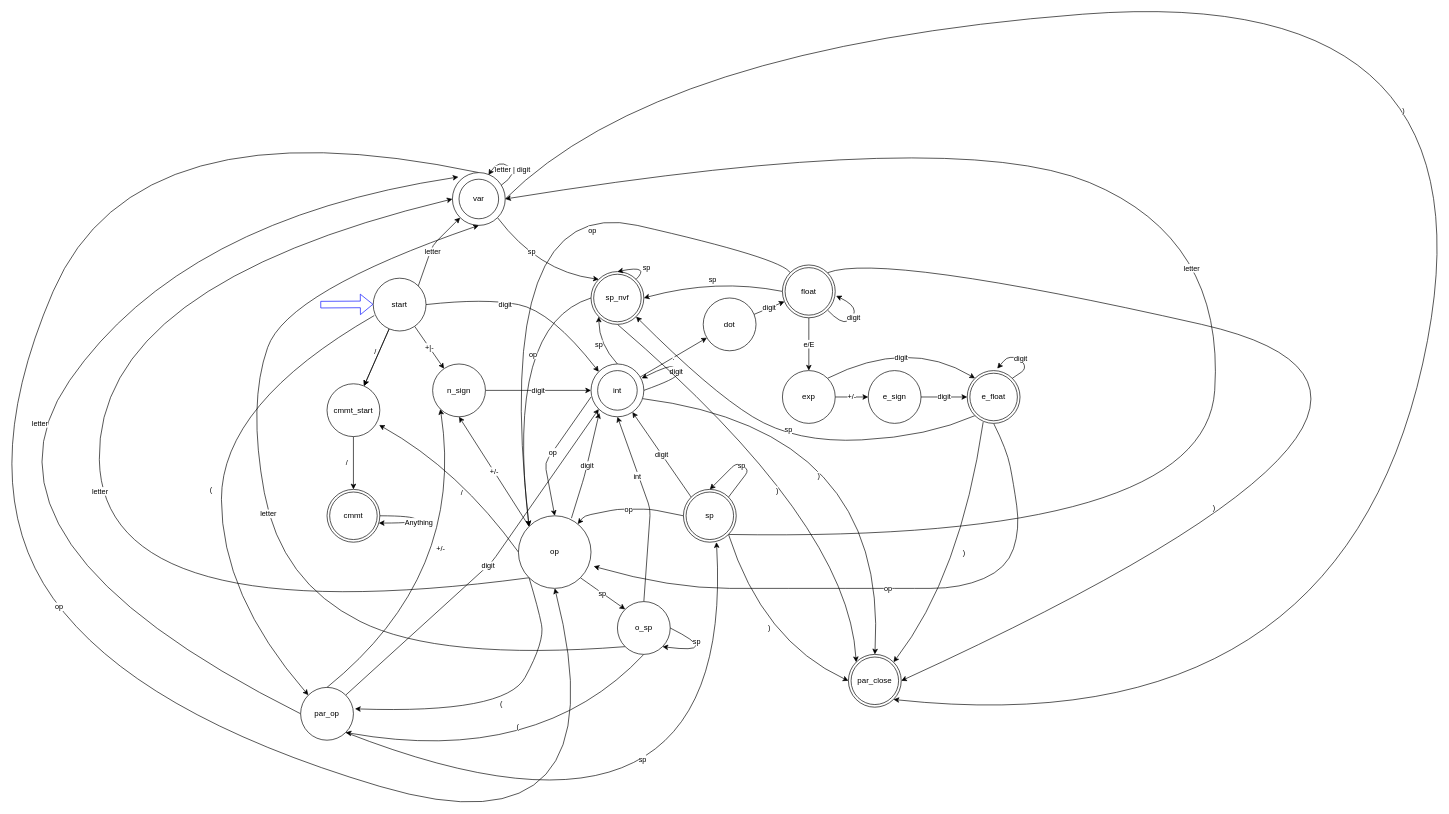
This is actividad_dfa/ejercicio.drawio from Chava27/TC2037_Implementacion_Metodos_Computacionales, a draw.io file, before an edit. Source tidied: cells renumbered, new cells numbered last; positions are measured from the earlier drawing's top-left corner, leaving out a move shared by most shapes. Both pictures are drawn from the tidied source at 66%, with x=0, y=0 at pixel (-43, -19).
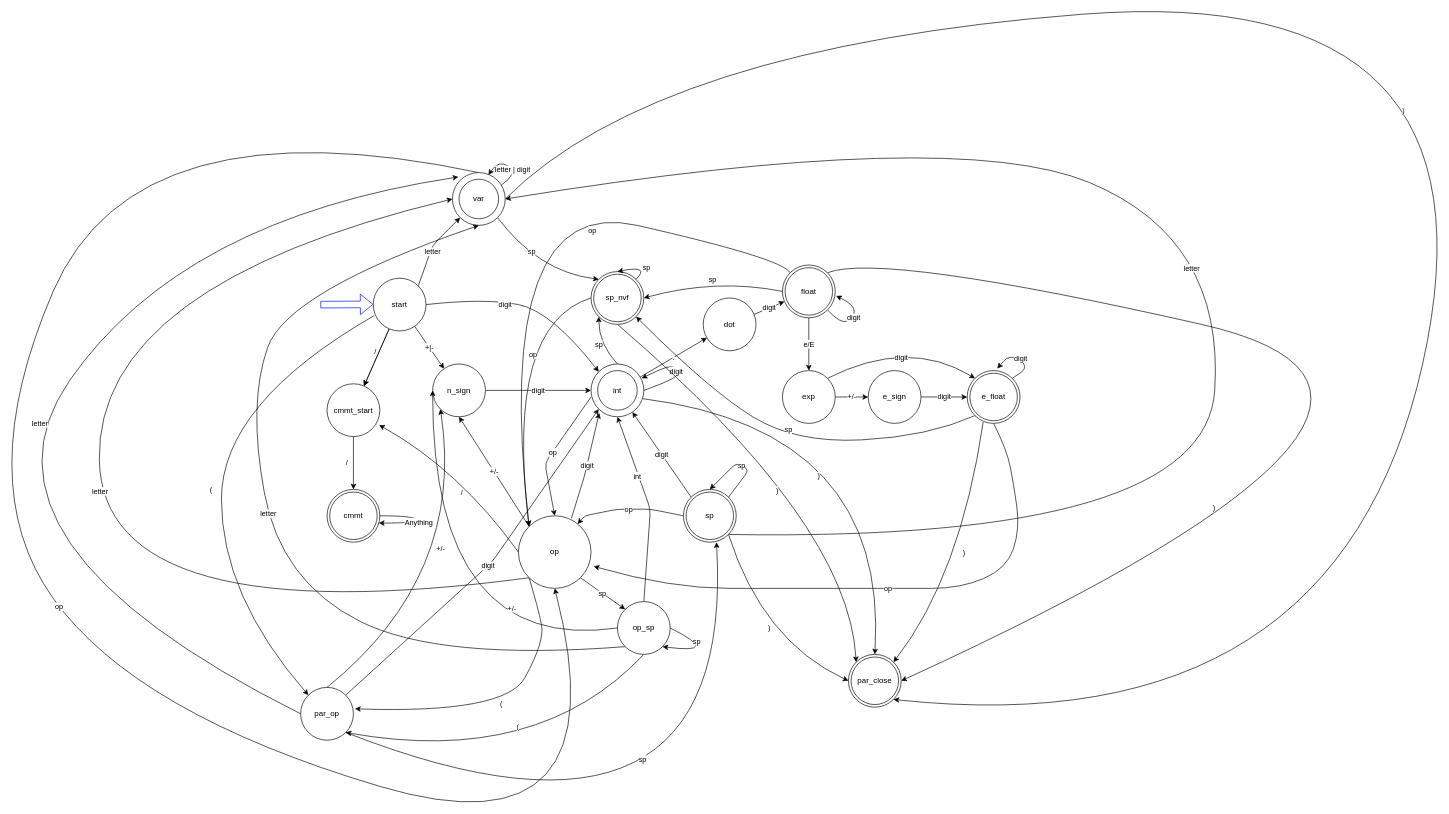
After the change.

The change refers to these unchanged cells:
```xml
<mxCell id="39" value="n_sign" style="ellipse;whiteSpace=wrap;html=1;" parent="1" vertex="1">
  <mxGeometry x="720" y="580" width="80" height="80" as="geometry" />
</mxCell>
```

The edit, as a diff of the source:
```diff
@@
+    <mxCell id="79" value="+/-" style="edgeStyle=none;curved=1;html=1;exitX=0;exitY=0.5;exitDx=0;exitDy=0;entryX=0;entryY=0.5;entryDx=0;entryDy=0;" parent="1" edge="1" source="77" target="39">
+      <mxGeometry x="-0.55" y="-52" relative="1" as="geometry">
+        <Array as="points">
+          <mxPoint x="720" y="1020" />
+        </Array>
+      </mxGeometry>
+    </mxCell>
-    <mxCell id="77" value="o_sp" style="ellipse;whiteSpace=wrap;html=1;" parent="1" vertex="1">
+    <mxCell id="77" value="op_sp" style="ellipse;whiteSpace=wrap;html=1;" parent="1" vertex="1">
       <mxGeometry x="1000" y="940" width="80" height="80" as="geometry" />
     </mxCell>
```
